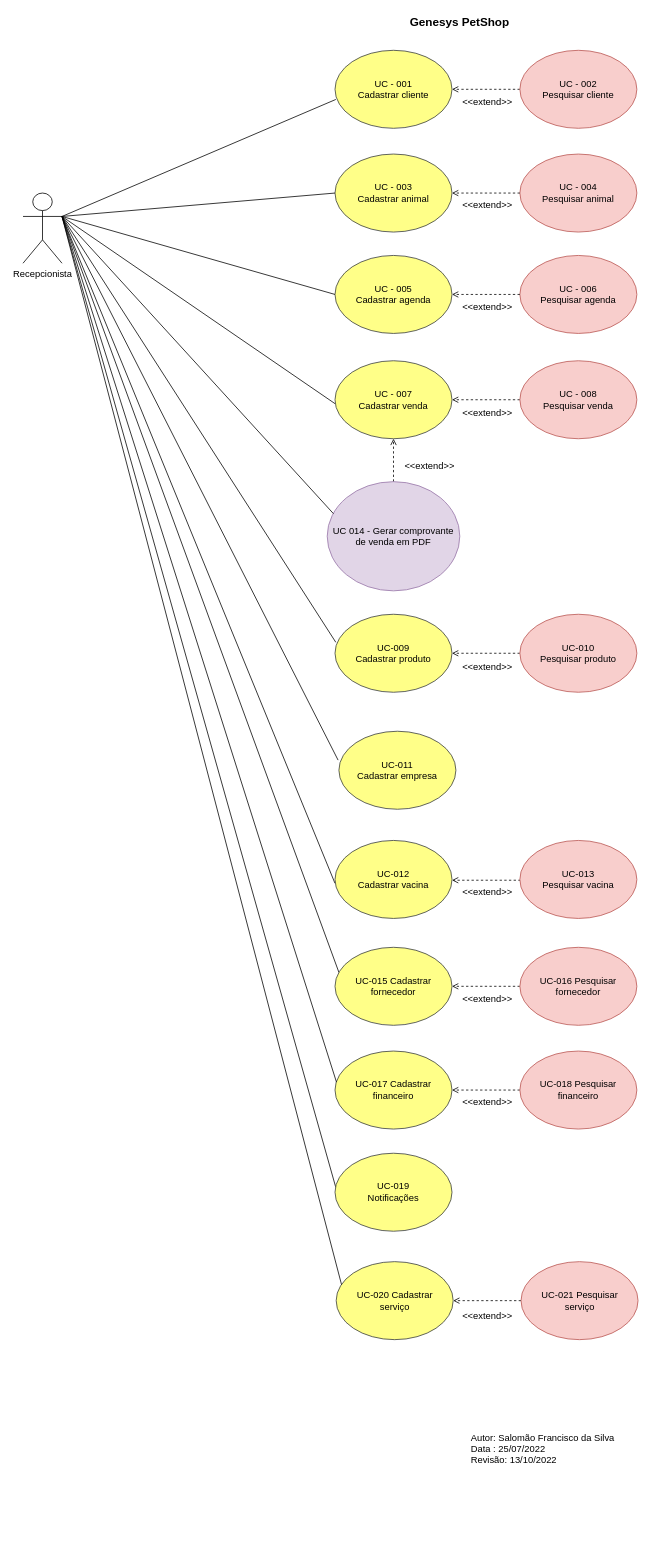
Earlier version of the draw.io diagram Projeto/2 - Levantamento de requisitos/1 - Funcionais/2 - Diagrama de caso de uso/Diagrama de caso de uso.drawio (taimber-tecnologia/genesys-petshop). Source tidied: cells renumbered, new cells numbered last; positions are measured from the earlier drawing's top-left corner, leaving out a move shared by most shapes. Both pictures are drawn from the tidied source at 78%, with x=0, y=0 at pixel (23, 13).
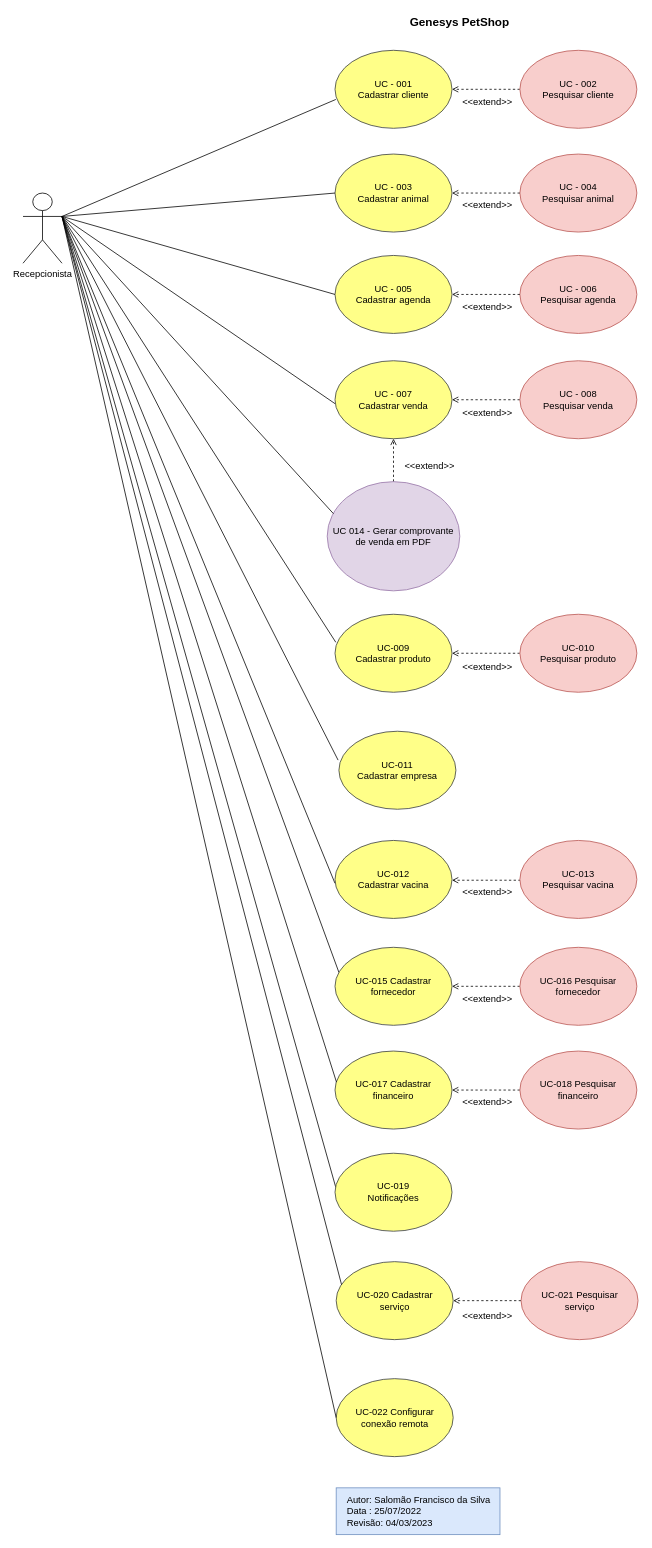
After the change.

The edit, as a diff of the source:
```diff
@@
-    <mxCell id="9" value="&lt;div style=&quot;text-align: left&quot;&gt;&lt;span&gt;Autor: Salomão Francisco da Silva&lt;/span&gt;&lt;/div&gt;&lt;div style=&quot;text-align: left&quot;&gt;&lt;span&gt;Data : 25/07/2022&lt;/span&gt;&lt;/div&gt;&lt;div style=&quot;text-align: left&quot;&gt;Revisão: 13/10/2022&lt;/div&gt;" style="text;html=1;align=center;verticalAlign=middle;" parent="1" vertex="1">
-      <mxGeometry x="561" y="1810" width="210" height="60" as="geometry" />
+    <mxCell id="9" value="&lt;div style=&quot;text-align: left&quot;&gt;&lt;span&gt;Autor: Salomão Francisco da Silva&lt;/span&gt;&lt;/div&gt;&lt;div style=&quot;text-align: left&quot;&gt;&lt;span&gt;Data : 25/07/2022&lt;/span&gt;&lt;/div&gt;&lt;div style=&quot;text-align: left&quot;&gt;Revisão: 04/03/2023&lt;/div&gt;" style="text;html=1;align=center;verticalAlign=middle;fillColor=#dae8fc;strokeColor=#6c8ebf;" parent="1" vertex="1">
+      <mxGeometry x="401.5" y="1890" width="210" height="60" as="geometry" />
     </mxCell>
@@
+    <mxCell id="61" value="UC-022 Configurar conexão remota" style="ellipse;whiteSpace=wrap;html=1;fillColor=#ffff88;strokeColor=#36393d;" parent="1" vertex="1">
+      <mxGeometry x="401.5" y="1750" width="150" height="100" as="geometry" />
+    </mxCell>
+    <mxCell id="62" style="endArrow=none;html=1;rounded=0;exitX=0;exitY=0.5;exitDx=0;exitDy=0;" parent="1" edge="1" source="61">
+      <mxGeometry relative="1" as="geometry">
+        <mxPoint x="50" y="260" as="targetPoint" />
+      </mxGeometry>
+    </mxCell>
```
